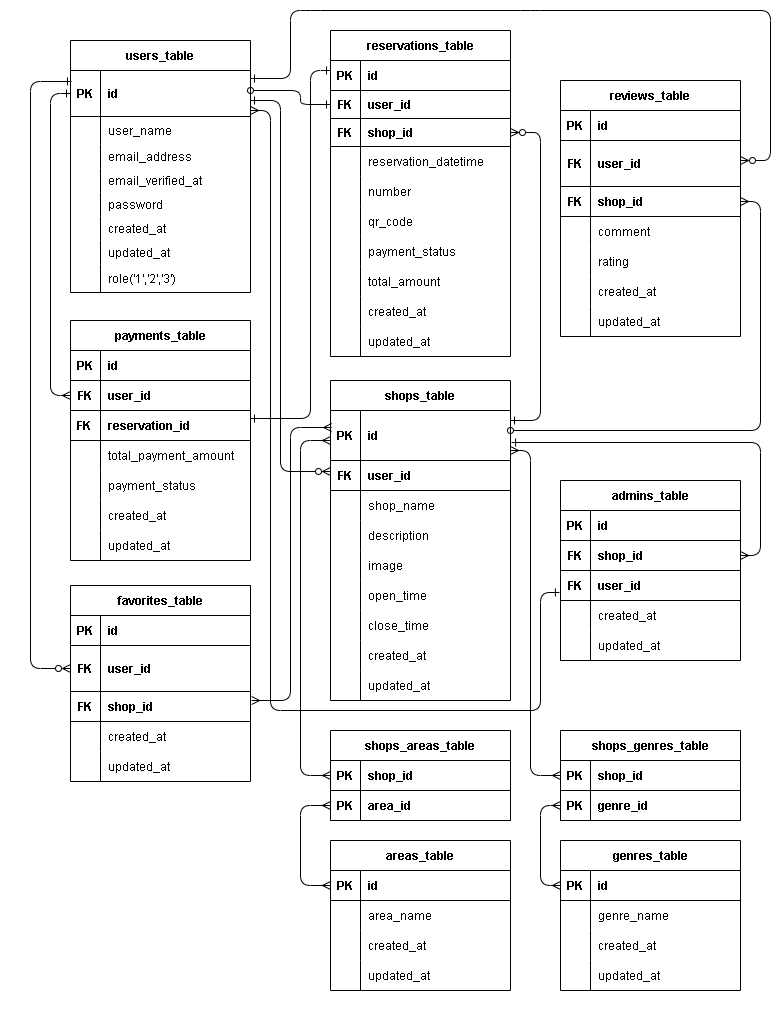
The draw.io diagram src/rese.drawio.png in ponponmama/20240713-erika_hara-rese, before a commit. Source tidied: cells renumbered, new cells last; positions are measured from the earlier drawing's top-left corner, leaving out a move shared by most shapes.
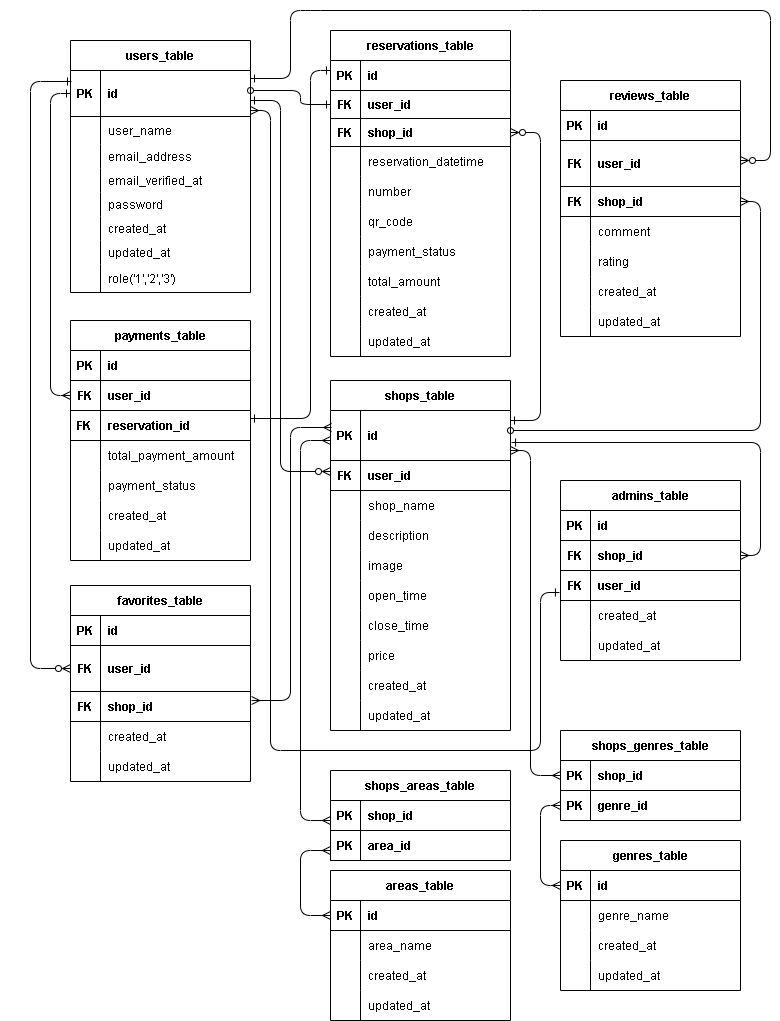
The same file after the commit.

The edit, as a diff of the source:
```diff
@@ -383,7 +383,7 @@
       </mxGeometry>
     </mxCell>
     <mxCell id="121" value="shops_table" style="shape=table;startSize=30;rowLines=0;fontStyle=1;align=center;strokeColor=#000000;strokeWidth=1;fontColor=#000000;fillColor=none;" parent="1" vertex="1">
-      <mxGeometry x="330" y="380" width="180" height="320" as="geometry" />
+      <mxGeometry x="330" y="380" width="180" height="350" as="geometry" />
     </mxCell>
     <mxCell id="122" style="shape=tableRow;horizontal=0;startSize=0;swimlaneHead=0;swimlaneBody=0;fillColor=none;points=[[0,0.5],[1,0.5]];portConstraint=eastwest;top=0;left=0;right=0;bottom=1;strokeColor=#000000;strokeWidth=1;fontColor=#000000;" parent="121" vertex="1">
       <mxGeometry y="30" width="180" height="50" as="geometry" />
@@ -448,8 +448,17 @@
     <mxCell id="142" value="close_time" style="shape=partialRectangle;fillColor=none;top=0;left=0;bottom=0;right=0;align=left;spacingLeft=6;overflow=hidden;fontColor=#000000;strokeColor=#000000;strokeWidth=1;" parent="140" vertex="1">
       <mxGeometry x="30" width="150" height="30" as="geometry" />
     </mxCell>
+    <mxCell id="219" style="shape=tableRow;horizontal=0;startSize=0;swimlaneHead=0;swimlaneBody=0;fillColor=none;top=0;left=0;right=0;bottom=0;strokeColor=#000000;strokeWidth=1;fontColor=#000000;" parent="121" vertex="1">
+      <mxGeometry y="260" width="180" height="30" as="geometry" />
+    </mxCell>
+    <mxCell id="220" style="shape=partialRectangle;fillColor=none;top=0;left=0;bottom=0;right=0;overflow=hidden;fontColor=#000000;strokeColor=#000000;strokeWidth=1;" parent="219" vertex="1">
+      <mxGeometry width="30" height="30" as="geometry" />
+    </mxCell>
+    <mxCell id="221" value="price" style="shape=partialRectangle;fillColor=none;top=0;left=0;bottom=0;right=0;align=left;spacingLeft=6;overflow=hidden;fontColor=#000000;strokeColor=#000000;strokeWidth=1;" parent="219" vertex="1">
+      <mxGeometry x="30" width="150" height="30" as="geometry" />
+    </mxCell>
     <mxCell id="143" style="shape=tableRow;horizontal=0;startSize=0;swimlaneHead=0;swimlaneBody=0;fillColor=none;top=0;left=0;right=0;bottom=0;strokeColor=#000000;strokeWidth=1;fontColor=#000000;" parent="121" vertex="1">
-      <mxGeometry y="260" width="180" height="30" as="geometry" />
+      <mxGeometry y="290" width="180" height="30" as="geometry" />
     </mxCell>
     <mxCell id="144" style="shape=partialRectangle;fillColor=none;top=0;left=0;bottom=0;right=0;overflow=hidden;fontColor=#000000;strokeColor=#000000;strokeWidth=1;" parent="143" vertex="1">
       <mxGeometry width="30" height="30" as="geometry" />
@@ -458,7 +467,7 @@
       <mxGeometry x="30" width="150" height="30" as="geometry" />
     </mxCell>
     <mxCell id="146" style="shape=tableRow;horizontal=0;startSize=0;swimlaneHead=0;swimlaneBody=0;fillColor=none;top=0;left=0;right=0;bottom=0;strokeColor=#000000;strokeWidth=1;fontColor=#000000;" parent="121" vertex="1">
-      <mxGeometry y="290" width="180" height="30" as="geometry" />
+      <mxGeometry y="320" width="180" height="30" as="geometry" />
     </mxCell>
     <mxCell id="147" style="shape=partialRectangle;fillColor=none;top=0;left=0;bottom=0;right=0;overflow=hidden;fontColor=#000000;strokeColor=#000000;strokeWidth=1;" parent="146" vertex="1">
       <mxGeometry width="30" height="30" as="geometry" />
@@ -497,8 +506,8 @@
         <mxPoint x="250" y="110" as="targetPoint" />
         <Array as="points">
           <mxPoint x="540" y="592" />
-          <mxPoint x="540" y="710" />
-          <mxPoint x="270" y="710" />
+          <mxPoint x="540" y="750" />
+          <mxPoint x="270" y="750" />
           <mxPoint x="270" y="110" />
         </Array>
       </mxGeometry>
@@ -585,7 +594,7 @@
       </mxGeometry>
     </mxCell>
     <mxCell id="173" value="areas_table" style="shape=table;startSize=30;rowLines=0;fontStyle=1;align=center;strokeColor=#000000;strokeWidth=1;fontColor=#000000;fillColor=none;" parent="1" vertex="1">
-      <mxGeometry x="330" y="840" width="180" height="150" as="geometry" />
+      <mxGeometry x="330" y="870" width="180" height="150" as="geometry" />
     </mxCell>
     <mxCell id="174" style="shape=tableRow;horizontal=0;startSize=0;swimlaneHead=0;swimlaneBody=0;fillColor=none;points=[[0,0.5],[1,0.5]];portConstraint=eastwest;top=0;left=0;right=0;bottom=1;strokeColor=#000000;strokeWidth=1;fontColor=#000000;" parent="173" vertex="1">
       <mxGeometry y="30" width="180" height="30" as="geometry" />
@@ -663,7 +672,7 @@
       <mxGeometry x="30" width="150" height="30" as="geometry" />
     </mxCell>
     <mxCell id="199" value="shops_areas_table" style="shape=table;startSize=30;rowLines=0;fontStyle=1;align=center;strokeColor=#000000;strokeWidth=1;fontColor=#000000;fillColor=none;" parent="1" vertex="1">
-      <mxGeometry x="330" y="730" width="180" height="90" as="geometry" />
+      <mxGeometry x="330" y="770" width="180" height="90" as="geometry" />
     </mxCell>
     <mxCell id="200" style="shape=tableRow;horizontal=0;startSize=0;swimlaneHead=0;swimlaneBody=0;fillColor=none;points=[[0,0.5],[1,0.5]];portConstraint=eastwest;top=0;left=0;right=0;bottom=1;strokeColor=#000000;strokeWidth=1;fontColor=#000000;" parent="199" vertex="1">
       <mxGeometry y="30" width="180" height="30" as="geometry" />
@@ -704,7 +713,7 @@
     <mxCell id="212" value="genre_id" style="shape=partialRectangle;fillColor=none;top=0;left=0;bottom=0;right=0;align=left;spacingLeft=6;fontStyle=1;overflow=hidden;fontColor=#000000;strokeColor=#000000;strokeWidth=1;" parent="210" vertex="1">
       <mxGeometry x="30" width="150" height="30" as="geometry" />
     </mxCell>
-    <mxCell id="213" style="edgeStyle=elbowEdgeStyle;html=1;exitX=0;exitY=0.5;exitDx=0;exitDy=0;strokeColor=#000000;endArrow=ERmany;endFill=0;startArrow=ERmany;startFill=0;" parent="1" edge="1" source="200">
+    <mxCell id="213" style="edgeStyle=elbowEdgeStyle;html=1;exitX=0;exitY=0.667;exitDx=0;exitDy=0;strokeColor=#000000;endArrow=ERmany;endFill=0;startArrow=ERmany;startFill=0;exitPerimeter=0;" parent="1" edge="1" source="200">
       <mxGeometry relative="1" as="geometry">
         <mxPoint x="330" y="440" as="targetPoint" />
         <Array as="points">
@@ -714,7 +723,7 @@
         </Array>
       </mxGeometry>
     </mxCell>
-    <mxCell id="214" style="edgeStyle=elbowEdgeStyle;html=1;strokeColor=#000000;startArrow=ERmany;startFill=0;endArrow=ERmany;endFill=0;entryX=0;entryY=0.5;entryDx=0;entryDy=0;exitX=0;exitY=0.5;exitDx=0;exitDy=0;" parent="1" edge="1" source="203" target="174">
+    <mxCell id="214" style="edgeStyle=elbowEdgeStyle;html=1;strokeColor=#000000;startArrow=ERmany;startFill=0;endArrow=ERmany;endFill=0;entryX=0;entryY=0.5;entryDx=0;entryDy=0;exitX=0;exitY=0.667;exitDx=0;exitDy=0;exitPerimeter=0;" parent="1" edge="1" source="203" target="174">
       <mxGeometry relative="1" as="geometry">
         <Array as="points">
           <mxPoint x="300" y="900" />
```
